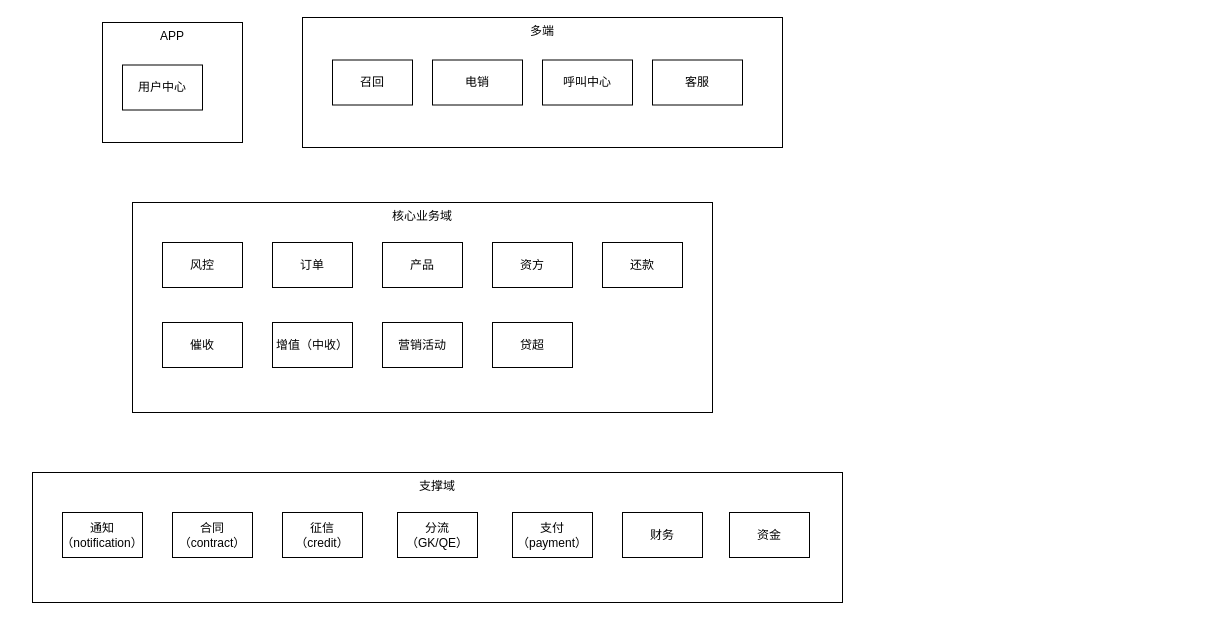
Before: page "业务架构图" (2 of 4) of 召回系统-业务架构.drawio in ABIN-DS/flowchart, a draw.io diagram. Source tidied: cells renumbered, new cells numbered last; positions are measured from the earlier drawing's top-left corner, leaving out a move shared by most shapes. Both pictures are drawn from the tidied source at 100%, with x=0, y=0 at pixel (32, 17).
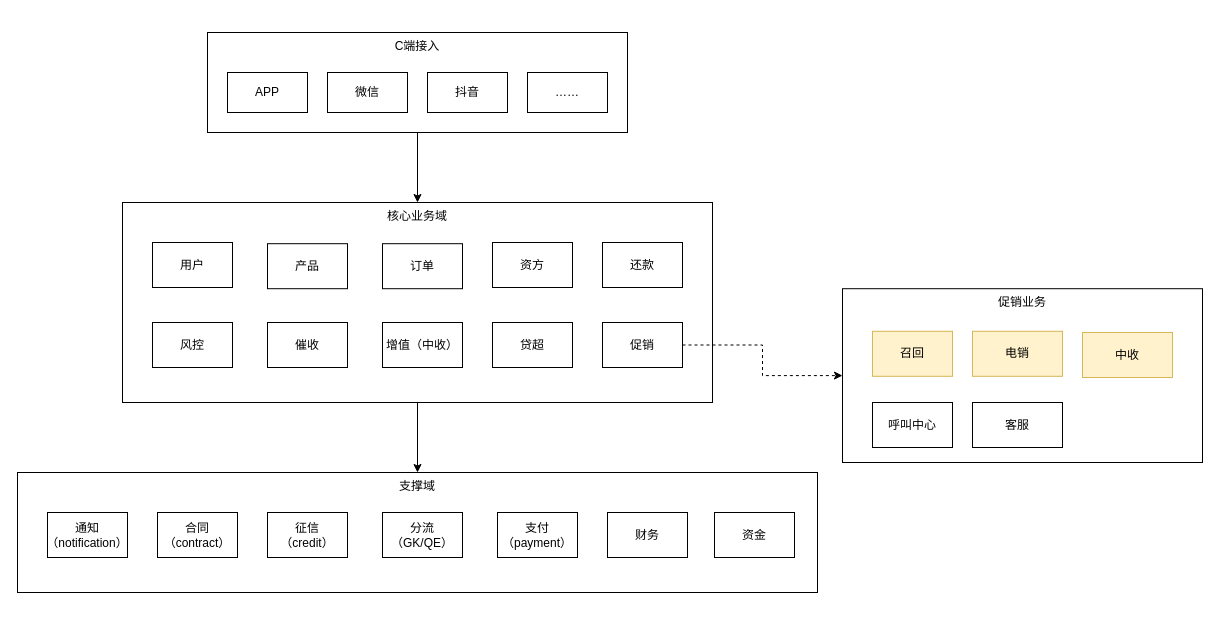
The same page after the edit.

The edit, as a diff of the source:
```diff
@@
+    <mxCell id="27" style="edgeStyle=orthogonalEdgeStyle;rounded=0;jettySize=auto;html=1;" parent="1" edge="1" source="5" target="9">
+      <mxGeometry relative="1" as="geometry" />
+    </mxCell>
+    <mxCell id="5" value="C端接入" style="rounded=0;whiteSpace=wrap;html=1;verticalAlign=top;" parent="1" vertex="1">
+      <mxGeometry x="175" y="15" width="420" height="100" as="geometry" />
+    </mxCell>
     <mxCell id="2" value="支撑域" style="rounded=0;whiteSpace=wrap;html=1;verticalAlign=top;" parent="1" vertex="1">
-      <mxGeometry y="455" width="810" height="130" as="geometry" />
+      <mxGeometry x="-15" y="455" width="800" height="120" as="geometry" />
     </mxCell>
-    <mxCell id="3" value="APP" style="rounded=0;whiteSpace=wrap;html=1;verticalAlign=top;" parent="1" vertex="1">
-      <mxGeometry x="70" y="5" width="140" height="120" as="geometry" />
+    <mxCell id="3" value="APP" style="rounded=0;whiteSpace=wrap;html=1;verticalAlign=middle;" parent="1" vertex="1">
+      <mxGeometry x="195" y="55" width="80" height="40" as="geometry" />
     </mxCell>
-    <mxCell id="4" value="多端" style="rounded=0;whiteSpace=wrap;html=1;verticalAlign=top;" parent="1" vertex="1">
-      <mxGeometry x="270" width="480" height="130" as="geometry" />
+    <mxCell id="4" value="促销业务" style="rounded=0;whiteSpace=wrap;html=1;verticalAlign=top;" parent="1" vertex="1">
+      <mxGeometry x="810" y="271.2" width="360" height="173.8" as="geometry" />
     </mxCell>
-    <mxCell id="5" value="用户中心" style="rounded=0;whiteSpace=wrap;html=1;" parent="1" vertex="1">
-      <mxGeometry x="90" y="47.5" width="80" height="45" as="geometry" />
-    </mxCell>
-    <mxCell id="6" value="召回" style="rounded=0;whiteSpace=wrap;html=1;" parent="1" vertex="1">
-      <mxGeometry x="300" y="42.5" width="80" height="45" as="geometry" />
+    <mxCell id="6" value="召回" style="rounded=0;whiteSpace=wrap;html=1;fillColor=#fff2cc;strokeColor=#d6b656;" parent="1" vertex="1">
+      <mxGeometry x="840" y="313.8" width="80" height="45" as="geometry" />
     </mxCell>
-    <mxCell id="7" value="电销" style="rounded=0;whiteSpace=wrap;html=1;" parent="1" vertex="1">
-      <mxGeometry x="400" y="42.5" width="90" height="45" as="geometry" />
+    <mxCell id="7" value="电销" style="rounded=0;whiteSpace=wrap;html=1;fillColor=#fff2cc;strokeColor=#d6b656;" parent="1" vertex="1">
+      <mxGeometry x="940" y="313.8" width="90" height="45" as="geometry" />
     </mxCell>
     <mxCell id="8" value="呼叫中心" style="rounded=0;whiteSpace=wrap;html=1;" parent="1" vertex="1">
-      <mxGeometry x="510" y="42.5" width="90" height="45" as="geometry" />
+      <mxGeometry x="840" y="385" width="80" height="45" as="geometry" />
     </mxCell>
+    <mxCell id="28" style="edgeStyle=orthogonalEdgeStyle;rounded=0;jettySize=auto;html=1;entryX=0.5;entryY=0;entryDx=0;entryDy=0;" parent="1" edge="1" source="9" target="2">
+      <mxGeometry relative="1" as="geometry" />
+    </mxCell>
     <mxCell id="9" value="核心业务域" style="rounded=0;whiteSpace=wrap;html=1;verticalAlign=top;" parent="1" vertex="1">
-      <mxGeometry x="100" y="185" width="580" height="210" as="geometry" />
+      <mxGeometry x="90" y="185" width="590" height="200" as="geometry" />
     </mxCell>
     <mxCell id="10" value="风控" style="rounded=0;whiteSpace=wrap;html=1;" parent="1" vertex="1">
-      <mxGeometry x="130" y="225" width="80" height="45" as="geometry" />
+      <mxGeometry x="120" y="305" width="80" height="45" as="geometry" />
     </mxCell>
     <mxCell id="11" value="订单" style="rounded=0;whiteSpace=wrap;html=1;" parent="1" vertex="1">
-      <mxGeometry x="240" y="225" width="80" height="45" as="geometry" />
+      <mxGeometry x="350" y="226.2" width="80" height="45" as="geometry" />
     </mxCell>
     <mxCell id="12" value="产品" style="rounded=0;whiteSpace=wrap;html=1;" parent="1" vertex="1">
-      <mxGeometry x="350" y="225" width="80" height="45" as="geometry" />
+      <mxGeometry x="235" y="226.2" width="80" height="45" as="geometry" />
     </mxCell>
@@
     <mxCell id="14" value="催收" style="rounded=0;whiteSpace=wrap;html=1;" parent="1" vertex="1">
-      <mxGeometry x="130" y="305" width="80" height="45" as="geometry" />
+      <mxGeometry x="235" y="305" width="80" height="45" as="geometry" />
     </mxCell>
@@
     <mxCell id="17" value="增值（中收）" style="rounded=0;whiteSpace=wrap;html=1;" parent="1" vertex="1">
-      <mxGeometry x="240" y="305" width="80" height="45" as="geometry" />
+      <mxGeometry x="350" y="305" width="80" height="45" as="geometry" />
     </mxCell>
     <mxCell id="18" value="财务" style="rounded=0;whiteSpace=wrap;html=1;" parent="1" vertex="1">
-      <mxGeometry x="590" y="495" width="80" height="45" as="geometry" />
+      <mxGeometry x="575" y="495" width="80" height="45" as="geometry" />
     </mxCell>
     <mxCell id="19" value="资金" style="rounded=0;whiteSpace=wrap;html=1;" parent="1" vertex="1">
-      <mxGeometry x="697" y="495" width="80" height="45" as="geometry" />
+      <mxGeometry x="682" y="495" width="80" height="45" as="geometry" />
     </mxCell>
     <mxCell id="20" value="通知&lt;br&gt;（notification）" style="rounded=0;whiteSpace=wrap;html=1;" parent="1" vertex="1">
-      <mxGeometry x="30" y="495" width="80" height="45" as="geometry" />
+      <mxGeometry x="15" y="495" width="80" height="45" as="geometry" />
     </mxCell>
     <mxCell id="21" value="合同&lt;br&gt;（contract）" style="rounded=0;whiteSpace=wrap;html=1;" parent="1" vertex="1">
-      <mxGeometry x="140" y="495" width="80" height="45" as="geometry" />
+      <mxGeometry x="125" y="495" width="80" height="45" as="geometry" />
     </mxCell>
     <mxCell id="22" value="征信&lt;br&gt;（credit）" style="rounded=0;whiteSpace=wrap;html=1;" parent="1" vertex="1">
-      <mxGeometry x="250" y="495" width="80" height="45" as="geometry" />
+      <mxGeometry x="235" y="495" width="80" height="45" as="geometry" />
     </mxCell>
     <mxCell id="23" value="分流&lt;br&gt;（GK/QE）" style="rounded=0;whiteSpace=wrap;html=1;" parent="1" vertex="1">
-      <mxGeometry x="365" y="495" width="80" height="45" as="geometry" />
+      <mxGeometry x="350" y="495" width="80" height="45" as="geometry" />
     </mxCell>
     <mxCell id="24" value="支付&lt;br&gt;（payment）" style="rounded=0;whiteSpace=wrap;html=1;" parent="1" vertex="1">
-      <mxGeometry x="480" y="495" width="80" height="45" as="geometry" />
+      <mxGeometry x="465" y="495" width="80" height="45" as="geometry" />
     </mxCell>
+    <mxCell id="29" style="edgeStyle=orthogonalEdgeStyle;rounded=0;jettySize=auto;html=1;entryX=0;entryY=0.5;entryDx=0;entryDy=0;dashed=1;" parent="1" edge="1" source="25" target="4">
+      <mxGeometry relative="1" as="geometry" />
+    </mxCell>
-    <mxCell id="25" value="营销活动" style="rounded=0;whiteSpace=wrap;html=1;" parent="1" vertex="1">
-      <mxGeometry x="350" y="305" width="80" height="45" as="geometry" />
+    <mxCell id="25" value="促销" style="rounded=0;whiteSpace=wrap;html=1;" parent="1" vertex="1">
+      <mxGeometry x="570" y="305" width="80" height="45" as="geometry" />
     </mxCell>
     <mxCell id="26" value="客服" style="rounded=0;whiteSpace=wrap;html=1;" parent="1" vertex="1">
-      <mxGeometry x="620" y="42.5" width="90" height="45" as="geometry" />
+      <mxGeometry x="940" y="385" width="90" height="45" as="geometry" />
     </mxCell>
+    <mxCell id="30" value="微信" style="rounded=0;whiteSpace=wrap;html=1;verticalAlign=middle;" parent="1" vertex="1">
+      <mxGeometry x="295" y="55" width="80" height="40" as="geometry" />
+    </mxCell>
+    <mxCell id="31" value="抖音" style="rounded=0;whiteSpace=wrap;html=1;verticalAlign=middle;" parent="1" vertex="1">
+      <mxGeometry x="395" y="55" width="80" height="40" as="geometry" />
+    </mxCell>
+    <mxCell id="32" value="……" style="rounded=0;whiteSpace=wrap;html=1;verticalAlign=middle;" parent="1" vertex="1">
+      <mxGeometry x="495" y="55" width="80" height="40" as="geometry" />
+    </mxCell>
+    <mxCell id="33" value="用户" style="rounded=0;whiteSpace=wrap;html=1;" parent="1" vertex="1">
+      <mxGeometry x="120" y="225" width="80" height="45" as="geometry" />
+    </mxCell>
+    <mxCell id="34" value="中收" style="rounded=0;whiteSpace=wrap;html=1;fillColor=#fff2cc;strokeColor=#d6b656;" parent="1" vertex="1">
+      <mxGeometry x="1050" y="315" width="90" height="45" as="geometry" />
+    </mxCell>
```
